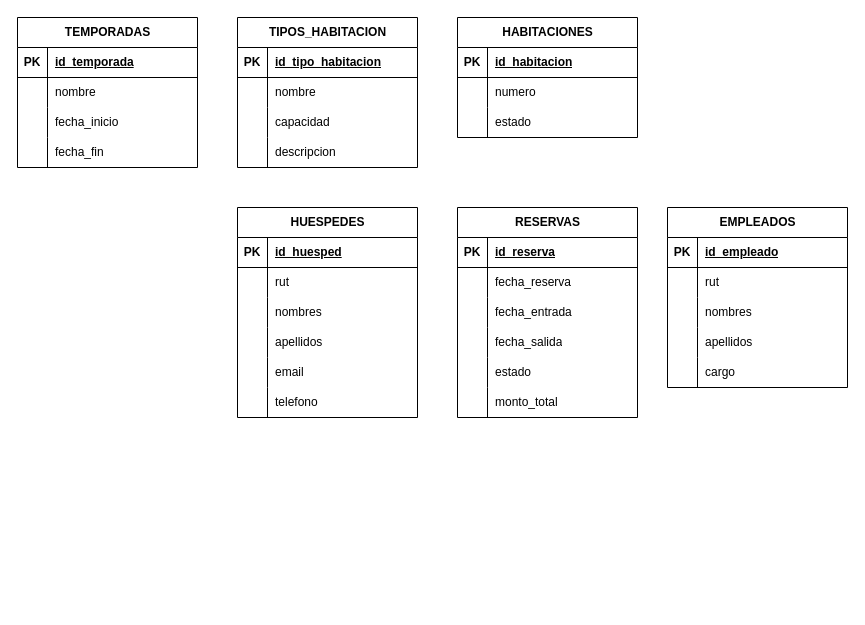
This is G11_MER.drawio from byronma-ui/hotel-costa-pacifico, a draw.io file, before an edit. Source tidied: cells renumbered, new cells numbered last; positions are measured from the earlier drawing's top-left corner, leaving out a move shared by most shapes. Both pictures are drawn from the tidied source at 100%, with x=0, y=0 at pixel (17, 17).
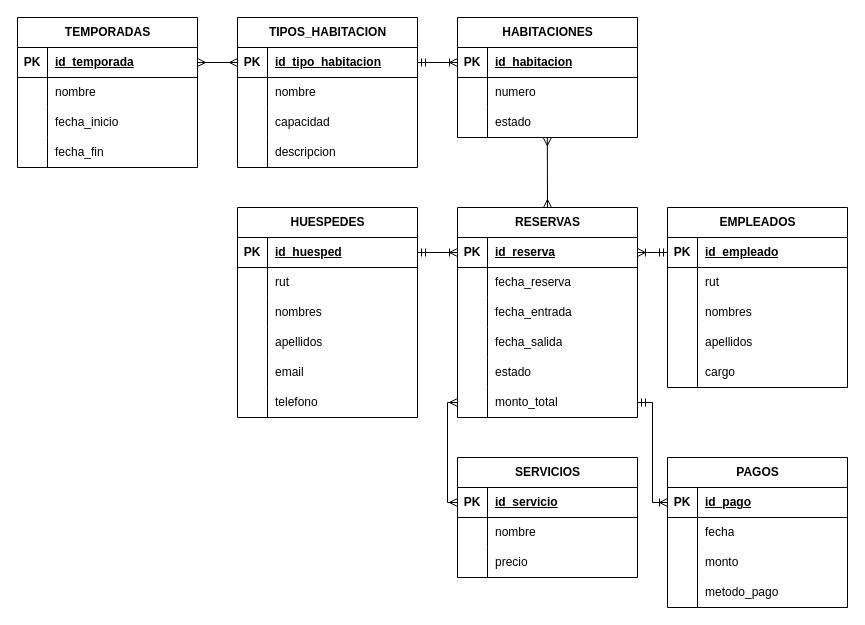
The same diagram, later.

Unchanged cells that the change refers to:
```xml
<mxCell id="3" style="shape=tableRow;horizontal=0;startSize=0;swimlaneHead=0;swimlaneBody=0;fillColor=none;points=[[0,0.5],[1,0.5]];portConstraint=eastwest;top=0;left=0;right=0;bottom=1;" parent="2" vertex="1">
  <mxGeometry y="30" width="180" height="30" as="geometry" />
</mxCell>
<mxCell id="16" style="shape=tableRow;horizontal=0;startSize=0;swimlaneHead=0;swimlaneBody=0;fillColor=none;points=[[0,0.5],[1,0.5]];portConstraint=eastwest;top=0;left=0;right=0;bottom=1;" parent="15" vertex="1">
  <mxGeometry y="30" width="180" height="30" as="geometry" />
</mxCell>
<mxCell id="29" style="shape=tableRow;horizontal=0;startSize=0;swimlaneHead=0;swimlaneBody=0;fillColor=none;points=[[0,0.5],[1,0.5]];portConstraint=eastwest;top=0;left=0;right=0;bottom=1;" parent="28" vertex="1">
  <mxGeometry y="30" width="180" height="30" as="geometry" />
</mxCell>
<mxCell id="35" style="shape=tableRow;horizontal=0;startSize=0;swimlaneHead=0;swimlaneBody=0;fillColor=none;points=[[0,0.5],[1,0.5]];portConstraint=eastwest;top=0;left=0;right=0;bottom=0;" parent="28" vertex="1">
  <mxGeometry y="90" width="180" height="30" as="geometry" />
</mxCell>
<mxCell id="39" style="shape=tableRow;horizontal=0;startSize=0;swimlaneHead=0;swimlaneBody=0;fillColor=none;points=[[0,0.5],[1,0.5]];portConstraint=eastwest;top=0;left=0;right=0;bottom=1;" parent="38" vertex="1">
  <mxGeometry y="30" width="180" height="30" as="geometry" />
</mxCell>
<mxCell id="57" value="RESERVAS" style="shape=table;startSize=30;childLayout=tableLayout;rowLines=0;fontStyle=1;align=center;html=1;" parent="1" vertex="1">
  <mxGeometry x="440" y="190" width="180" height="210" as="geometry" />
</mxCell>
<mxCell id="58" style="shape=tableRow;horizontal=0;startSize=0;swimlaneHead=0;swimlaneBody=0;fillColor=none;points=[[0,0.5],[1,0.5]];portConstraint=eastwest;top=0;left=0;right=0;bottom=1;" parent="57" vertex="1">
  <mxGeometry y="30" width="180" height="30" as="geometry" />
</mxCell>
<mxCell id="73" style="shape=tableRow;horizontal=0;startSize=0;swimlaneHead=0;swimlaneBody=0;fillColor=none;points=[[0,0.5],[1,0.5]];portConstraint=eastwest;top=0;left=0;right=0;bottom=0;" parent="57" vertex="1">
  <mxGeometry y="180" width="180" height="30" as="geometry" />
</mxCell>
<mxCell id="77" style="shape=tableRow;horizontal=0;startSize=0;swimlaneHead=0;swimlaneBody=0;fillColor=none;points=[[0,0.5],[1,0.5]];portConstraint=eastwest;top=0;left=0;right=0;bottom=1;" parent="76" vertex="1">
  <mxGeometry y="30" width="180" height="30" as="geometry" />
</mxCell>
```

Diff of the diagram source:
```diff
@@
+    <mxCell id="92" value="SERVICIOS" style="shape=table;startSize=30;childLayout=tableLayout;rowLines=0;fontStyle=1;align=center;html=1;" parent="1" vertex="1">
+      <mxGeometry x="440" y="440" width="180" height="120" as="geometry" />
+    </mxCell>
+    <mxCell id="93" style="shape=tableRow;horizontal=0;startSize=0;swimlaneHead=0;swimlaneBody=0;fillColor=none;points=[[0,0.5],[1,0.5]];portConstraint=eastwest;top=0;left=0;right=0;bottom=1;" parent="92" vertex="1">
+      <mxGeometry y="30" width="180" height="30" as="geometry" />
+    </mxCell>
+    <mxCell id="94" value="PK" style="shape=partialRectangle;fillColor=none;top=0;left=0;bottom=0;right=0;fontStyle=1;overflow=hidden;whiteSpace=wrap;html=1;" parent="93" vertex="1">
+      <mxGeometry width="30" height="30" as="geometry" />
+    </mxCell>
+    <mxCell id="95" value="id_servicio" style="shape=partialRectangle;fillColor=none;top=0;left=0;bottom=0;right=0;align=left;spacingLeft=6;fontStyle=5;overflow=hidden;whiteSpace=wrap;html=1;" parent="93" vertex="1">
+      <mxGeometry x="30" width="150" height="30" as="geometry" />
+    </mxCell>
+    <mxCell id="96" style="shape=tableRow;horizontal=0;startSize=0;swimlaneHead=0;swimlaneBody=0;fillColor=none;top=0;left=0;right=0;bottom=0;" parent="92" vertex="1">
+      <mxGeometry y="60" width="180" height="30" as="geometry" />
+    </mxCell>
+    <mxCell id="97" style="shape=partialRectangle;fillColor=none;top=0;left=0;bottom=0;right=0;overflow=hidden;whiteSpace=wrap;html=1;" parent="96" vertex="1">
+      <mxGeometry width="30" height="30" as="geometry" />
+    </mxCell>
+    <mxCell id="98" value="nombre" style="shape=partialRectangle;fillColor=none;top=0;left=0;bottom=0;right=0;align=left;spacingLeft=6;overflow=hidden;whiteSpace=wrap;html=1;" parent="96" vertex="1">
+      <mxGeometry x="30" width="150" height="30" as="geometry" />
+    </mxCell>
+    <mxCell id="99" style="shape=tableRow;horizontal=0;startSize=0;swimlaneHead=0;swimlaneBody=0;fillColor=none;top=0;left=0;right=0;bottom=0;" parent="92" vertex="1">
+      <mxGeometry y="90" width="180" height="30" as="geometry" />
+    </mxCell>
+    <mxCell id="100" style="shape=partialRectangle;fillColor=none;top=0;left=0;bottom=0;right=0;overflow=hidden;whiteSpace=wrap;html=1;" parent="99" vertex="1">
+      <mxGeometry width="30" height="30" as="geometry" />
+    </mxCell>
+    <mxCell id="101" value="precio" style="shape=partialRectangle;fillColor=none;top=0;left=0;bottom=0;right=0;align=left;spacingLeft=6;overflow=hidden;whiteSpace=wrap;html=1;" parent="99" vertex="1">
+      <mxGeometry x="30" width="150" height="30" as="geometry" />
+    </mxCell>
+    <mxCell id="102" value="PAGOS" style="shape=table;startSize=30;childLayout=tableLayout;rowLines=0;fontStyle=1;align=center;html=1;" parent="1" vertex="1">
+      <mxGeometry x="650" y="440" width="180" height="150" as="geometry" />
+    </mxCell>
+    <mxCell id="103" style="shape=tableRow;horizontal=0;startSize=0;swimlaneHead=0;swimlaneBody=0;fillColor=none;points=[[0,0.5],[1,0.5]];portConstraint=eastwest;top=0;left=0;right=0;bottom=1;" parent="102" vertex="1">
+      <mxGeometry y="30" width="180" height="30" as="geometry" />
+    </mxCell>
+    <mxCell id="104" value="PK" style="shape=partialRectangle;fillColor=none;top=0;left=0;bottom=0;right=0;fontStyle=1;overflow=hidden;whiteSpace=wrap;html=1;" parent="103" vertex="1">
+      <mxGeometry width="30" height="30" as="geometry" />
+    </mxCell>
+    <mxCell id="105" value="id_pago" style="shape=partialRectangle;fillColor=none;top=0;left=0;bottom=0;right=0;align=left;spacingLeft=6;fontStyle=5;overflow=hidden;whiteSpace=wrap;html=1;" parent="103" vertex="1">
+      <mxGeometry x="30" width="150" height="30" as="geometry" />
+    </mxCell>
+    <mxCell id="106" style="shape=tableRow;horizontal=0;startSize=0;swimlaneHead=0;swimlaneBody=0;fillColor=none;top=0;left=0;right=0;bottom=0;" parent="102" vertex="1">
+      <mxGeometry y="60" width="180" height="30" as="geometry" />
+    </mxCell>
+    <mxCell id="107" style="shape=partialRectangle;fillColor=none;top=0;left=0;bottom=0;right=0;overflow=hidden;whiteSpace=wrap;html=1;" parent="106" vertex="1">
+      <mxGeometry width="30" height="30" as="geometry" />
+    </mxCell>
+    <mxCell id="108" value="fecha" style="shape=partialRectangle;fillColor=none;top=0;left=0;bottom=0;right=0;align=left;spacingLeft=6;overflow=hidden;whiteSpace=wrap;html=1;" parent="106" vertex="1">
+      <mxGeometry x="30" width="150" height="30" as="geometry" />
+    </mxCell>
+    <mxCell id="109" style="shape=tableRow;horizontal=0;startSize=0;swimlaneHead=0;swimlaneBody=0;fillColor=none;top=0;left=0;right=0;bottom=0;" parent="102" vertex="1">
+      <mxGeometry y="90" width="180" height="30" as="geometry" />
+    </mxCell>
+    <mxCell id="110" style="shape=partialRectangle;fillColor=none;top=0;left=0;bottom=0;right=0;overflow=hidden;whiteSpace=wrap;html=1;" parent="109" vertex="1">
+      <mxGeometry width="30" height="30" as="geometry" />
+    </mxCell>
+    <mxCell id="111" value="monto" style="shape=partialRectangle;fillColor=none;top=0;left=0;bottom=0;right=0;align=left;spacingLeft=6;overflow=hidden;whiteSpace=wrap;html=1;" parent="109" vertex="1">
+      <mxGeometry x="30" width="150" height="30" as="geometry" />
+    </mxCell>
+    <mxCell id="112" style="shape=tableRow;horizontal=0;startSize=0;swimlaneHead=0;swimlaneBody=0;fillColor=none;top=0;left=0;right=0;bottom=0;" parent="102" vertex="1">
+      <mxGeometry y="120" width="180" height="30" as="geometry" />
+    </mxCell>
+    <mxCell id="113" style="shape=partialRectangle;fillColor=none;top=0;left=0;bottom=0;right=0;overflow=hidden;whiteSpace=wrap;html=1;" parent="112" vertex="1">
+      <mxGeometry width="30" height="30" as="geometry" />
+    </mxCell>
+    <mxCell id="114" value="metodo_pago" style="shape=partialRectangle;fillColor=none;top=0;left=0;bottom=0;right=0;align=left;spacingLeft=6;overflow=hidden;whiteSpace=wrap;html=1;" parent="112" vertex="1">
+      <mxGeometry x="30" width="150" height="30" as="geometry" />
+    </mxCell>
+    <mxCell id="115" style="edgeStyle=entityRelationEdgeStyle;fontSize=12;html=1;endArrow=ERmany;startArrow=ERmany;rounded=0;defaultLabelBackgroundColor=page;labelPadding=0 4;entryX=0;entryY=0.5;entryDx=0;entryDy=0;exitX=1;exitY=0.5;exitDx=0;exitDy=0;" parent="1" edge="1" source="3" target="16">
+      <mxGeometry x="0.86" relative="1" as="geometry" />
+    </mxCell>
+    <mxCell id="116" style="edgeStyle=entityRelationEdgeStyle;fontSize=12;html=1;endArrow=ERoneToMany;rounded=0;defaultLabelBackgroundColor=page;labelPadding=0 4;exitX=1;exitY=0.5;exitDx=0;exitDy=0;entryX=0;entryY=0.5;entryDx=0;entryDy=0;startArrow=ERmandOne;startFill=0;" parent="1" edge="1" source="16" target="29">
+      <mxGeometry x="0.91" relative="1" as="geometry" />
+    </mxCell>
+    <mxCell id="117" style="fontSize=12;html=1;endArrow=ERmany;startArrow=ERmany;rounded=0;defaultLabelBackgroundColor=page;labelPadding=0 4;entryX=0.5;entryY=0;entryDx=0;entryDy=0;exitX=0.499;exitY=1.005;exitDx=0;exitDy=0;exitPerimeter=0;" parent="1" edge="1" source="35" target="57">
+      <mxGeometry x="1" relative="1" as="geometry" />
+    </mxCell>
+    <mxCell id="118" style="edgeStyle=entityRelationEdgeStyle;fontSize=12;html=1;endArrow=ERoneToMany;rounded=0;defaultLabelBackgroundColor=page;labelPadding=0 4;exitX=1;exitY=0.5;exitDx=0;exitDy=0;entryX=0;entryY=0.5;entryDx=0;entryDy=0;startArrow=ERmandOne;startFill=0;" parent="1" edge="1" source="39" target="58">
+      <mxGeometry x="0.81" relative="1" as="geometry" />
+    </mxCell>
+    <mxCell id="119" style="edgeStyle=entityRelationEdgeStyle;fontSize=12;html=1;endArrow=ERoneToMany;rounded=0;defaultLabelBackgroundColor=page;labelPadding=0 4;exitX=0;exitY=0.5;exitDx=0;exitDy=0;entryX=1;entryY=0.5;entryDx=0;entryDy=0;startArrow=ERmandOne;startFill=0;" parent="1" edge="1" source="77" target="58">
+      <mxGeometry x="0.98" relative="1" as="geometry" />
+    </mxCell>
+    <mxCell id="120" style="fontSize=12;html=1;endArrow=ERmany;startArrow=ERmany;rounded=0;defaultLabelBackgroundColor=page;labelPadding=0 4;entryX=0;entryY=0.5;entryDx=0;entryDy=0;exitX=0;exitY=0.5;exitDx=0;exitDy=0;edgeStyle=orthogonalEdgeStyle;" parent="1" edge="1" source="73" target="93">
+      <mxGeometry x="1" relative="1" as="geometry" />
+    </mxCell>
+    <mxCell id="121" style="edgeStyle=orthogonalEdgeStyle;fontSize=12;html=1;endArrow=ERoneToMany;rounded=0;defaultLabelBackgroundColor=page;labelPadding=0 4;exitX=1;exitY=0.5;exitDx=0;exitDy=0;startArrow=ERmandOne;startFill=0;entryX=0;entryY=0.5;entryDx=0;entryDy=0;" parent="1" edge="1" source="73" target="103">
+      <mxGeometry x="-0.85" relative="1" as="geometry" />
+    </mxCell>
```
